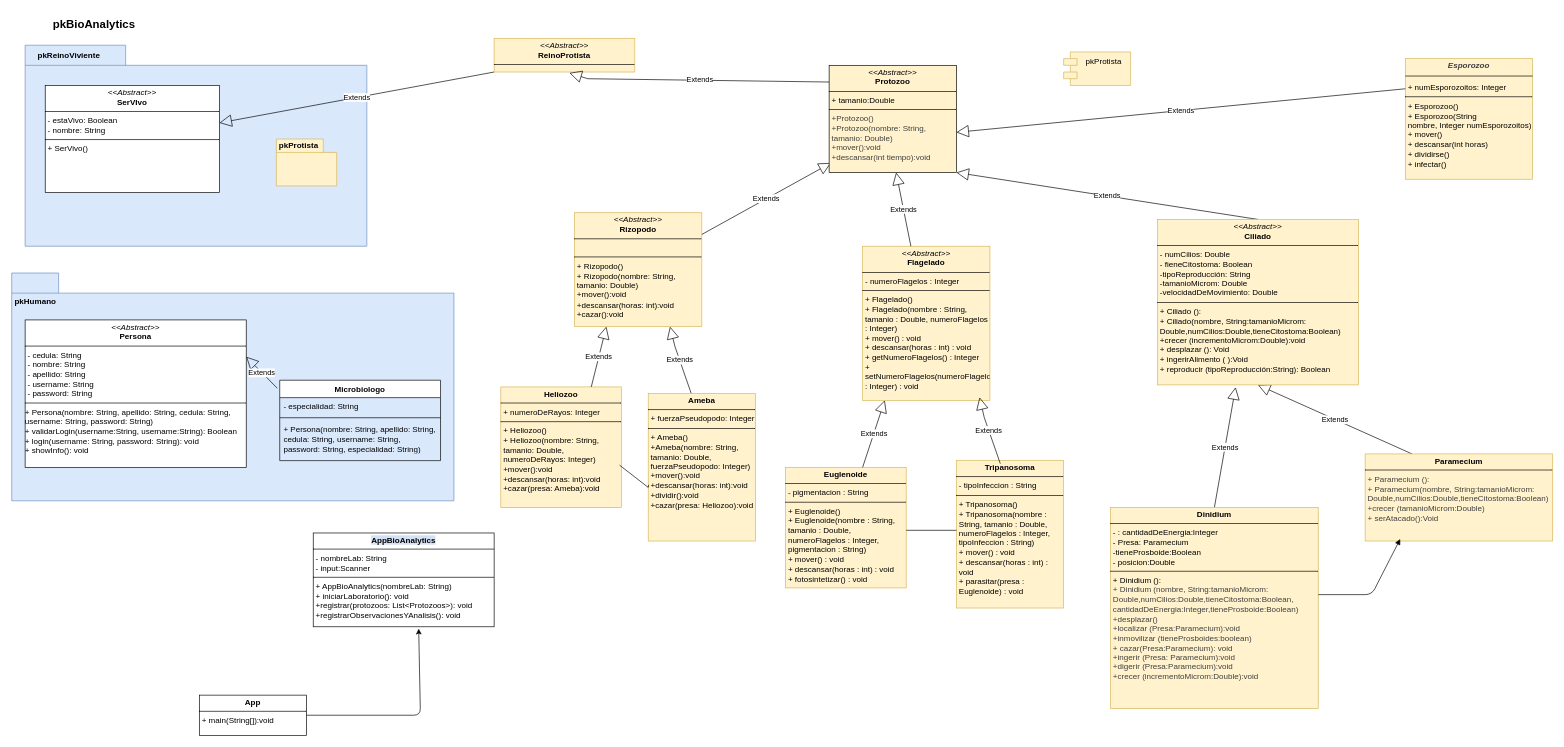
Above: design/DiagramaDeClasesBiologo.drawio in nikito34-max/proyectoBiologo_grupo3 (draw.io), before the change. Source tidied: cells renumbered, new cells numbered last; positions are measured from the earlier drawing's top-left corner, leaving out a move shared by most shapes. Both pictures are drawn from the tidied source at 67%, with x=0, y=0 at pixel (11, 11).
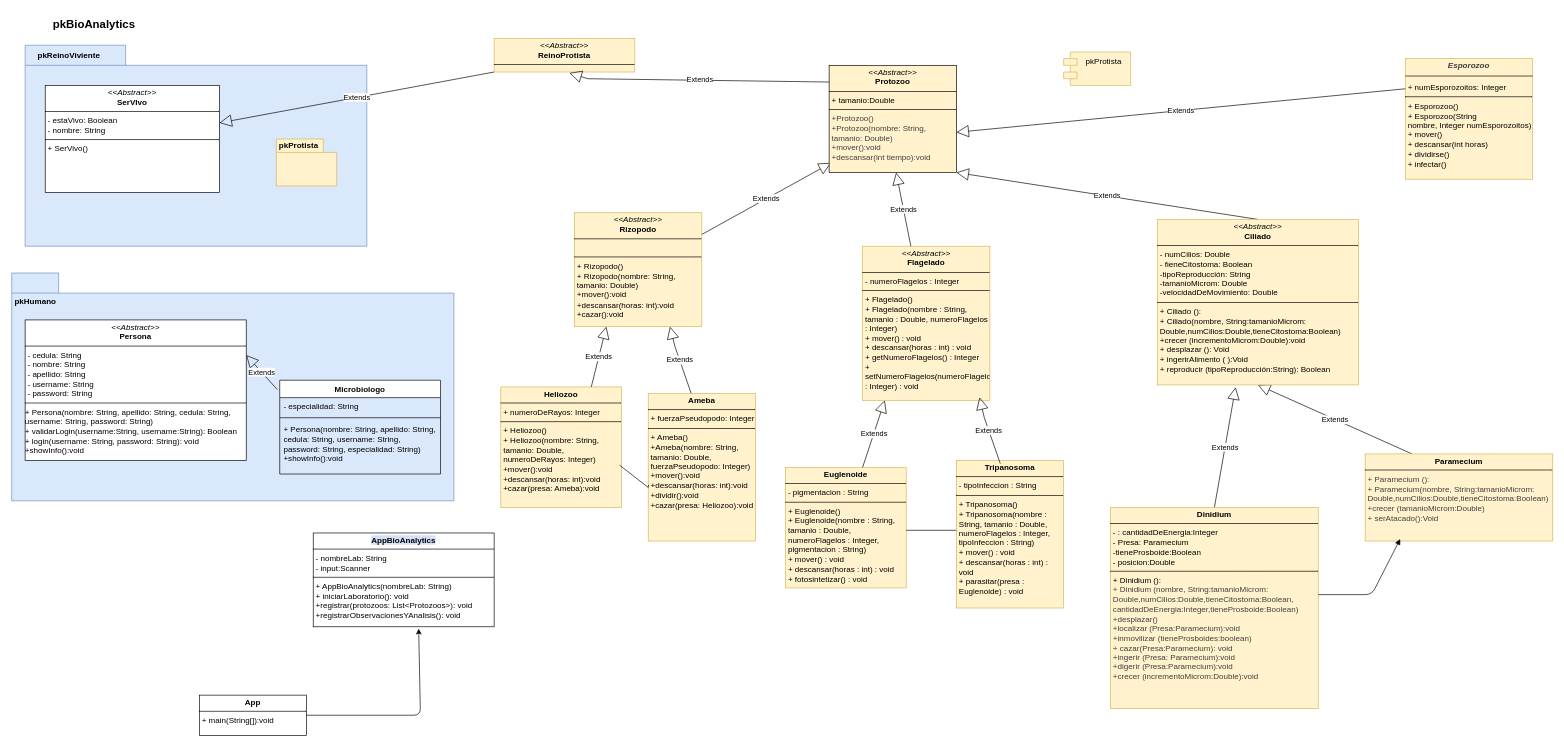
After the change.

Commit message (it also covers changes not shown here):
Mas correcciones

What changed in the source:
```diff
@@
-    <mxCell id="4" value="&lt;p style=&quot;margin:0px;margin-top:4px;text-align:center;&quot;&gt;&lt;i&gt;&amp;lt;&amp;lt;Abstract&amp;gt;&amp;gt;&lt;/i&gt;&lt;br&gt;&lt;b&gt;Persona&lt;/b&gt;&lt;/p&gt;&lt;hr size=&quot;1&quot; style=&quot;border-style:solid;&quot;&gt;&lt;p style=&quot;margin:0px;margin-left:4px;&quot;&gt;- cedula: String&lt;/p&gt;&lt;p style=&quot;margin:0px;margin-left:4px;&quot;&gt;- nombre: String&lt;/p&gt;&lt;p style=&quot;margin:0px;margin-left:4px;&quot;&gt;- apellido: String&lt;/p&gt;&lt;p style=&quot;margin:0px;margin-left:4px;&quot;&gt;- username: String&lt;/p&gt;&lt;p style=&quot;margin:0px;margin-left:4px;&quot;&gt;- password: String&lt;/p&gt;&lt;hr size=&quot;1&quot; style=&quot;border-style:solid;&quot;&gt;&lt;div&gt;+ Persona(nombre: String, apellido: String, cedula: String, username: String, password: String)&lt;/div&gt;&lt;div&gt;+ validarLogin(username:String,&amp;nbsp;username:String): Boolean&lt;/div&gt;&lt;div&gt;+ login(username: String, password: String): void&lt;/div&gt;&lt;div&gt;+ showInfo(): void&lt;/div&gt;" style="verticalAlign=top;align=left;overflow=fill;html=1;whiteSpace=wrap;" parent="1" vertex="1">
-      <mxGeometry x="20" y="460" width="330" height="220" as="geometry" />
+    <mxCell id="4" value="&lt;p style=&quot;margin:0px;margin-top:4px;text-align:center;&quot;&gt;&lt;i&gt;&amp;lt;&amp;lt;Abstract&amp;gt;&amp;gt;&lt;/i&gt;&lt;br&gt;&lt;b&gt;Persona&lt;/b&gt;&lt;/p&gt;&lt;hr size=&quot;1&quot; style=&quot;border-style:solid;&quot;&gt;&lt;p style=&quot;margin:0px;margin-left:4px;&quot;&gt;- cedula: String&lt;/p&gt;&lt;p style=&quot;margin:0px;margin-left:4px;&quot;&gt;- nombre: String&lt;/p&gt;&lt;p style=&quot;margin:0px;margin-left:4px;&quot;&gt;- apellido: String&lt;/p&gt;&lt;p style=&quot;margin:0px;margin-left:4px;&quot;&gt;- username: String&lt;/p&gt;&lt;p style=&quot;margin:0px;margin-left:4px;&quot;&gt;- password: String&lt;/p&gt;&lt;hr size=&quot;1&quot; style=&quot;border-style:solid;&quot;&gt;&lt;div&gt;+ Persona(nombre: String, apellido: String, cedula: String, username: String, password: String)&lt;/div&gt;&lt;div&gt;+ validarLogin(username:String,&amp;nbsp;username:String): Boolean&lt;/div&gt;&lt;div&gt;+ login(username: String, password: String): void&lt;/div&gt;&lt;div&gt;+showInfo():void&lt;/div&gt;" style="verticalAlign=top;align=left;overflow=fill;html=1;whiteSpace=wrap;" parent="1" vertex="1">
+      <mxGeometry x="20" y="460" width="330" height="210" as="geometry" />
     </mxCell>
@@
     <mxCell id="15" value="Microbiologo" style="swimlane;fontStyle=1;align=center;verticalAlign=top;horizontal=1;startSize=26;whiteSpace=wrap;html=1;" parent="1" vertex="1">
-      <mxGeometry x="400" y="550" width="240" height="120" as="geometry" />
+      <mxGeometry x="400" y="550" width="240" height="140" as="geometry" />
     </mxCell>
@@
-    <mxCell id="18" value="&lt;div&gt;+ Persona(nombre: String, apellido: String, cedula: String, username: String, password: String, especialidad: String)&lt;/div&gt;" style="text;strokeColor=none;fillColor=none;align=left;verticalAlign=top;spacingLeft=4;spacingRight=4;overflow=hidden;whiteSpace=wrap;html=1;" parent="15" vertex="1">
-      <mxGeometry y="60" width="240" height="60" as="geometry" />
+    <mxCell id="18" value="&lt;div&gt;+ Persona(nombre: String, apellido: String, cedula: String, username: String, password: String, especialidad: String)&lt;/div&gt;&lt;div&gt;+showInfo():void&lt;/div&gt;" style="text;strokeColor=none;fillColor=none;align=left;verticalAlign=top;spacingLeft=4;spacingRight=4;overflow=hidden;whiteSpace=wrap;html=1;" parent="15" vertex="1">
+      <mxGeometry y="60" width="240" height="80" as="geometry" />
     </mxCell>
```
